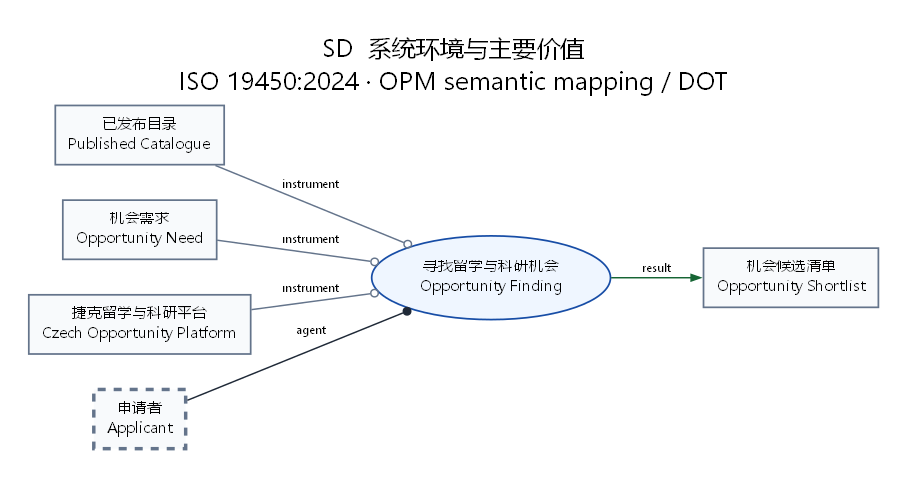
Above: opm/SD.png in witold-andelie/Czech-Uni-Application (Graphviz), before the change. Its source is kept beside it as opm/SD.dot.
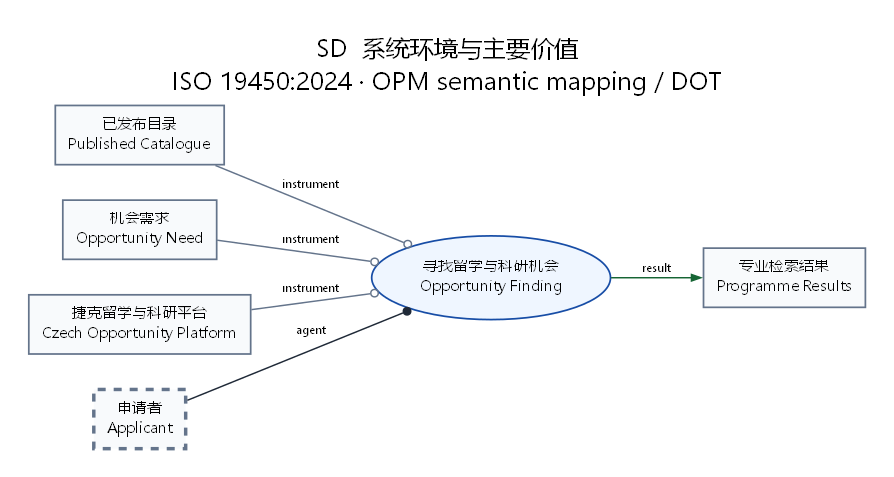
The same file after the commit.

What changed in the source:
```diff
@@ -5,12 +5,12 @@
   catalog [label="已发布目录\nPublished Catalogue", shape="box", style="filled", fillcolor="#F8FAFC", color="#64748B", opm_kind="object"];
   need [label="机会需求\nOpportunity Need", shape="box", style="filled", fillcolor="#F8FAFC", color="#64748B", opm_kind="object"];
   platform [label="捷克留学与科研平台\nCzech Opportunity Platform", shape="box", style="filled", fillcolor="#F8FAFC", color="#64748B", opm_kind="object"];
-  shortlist [label="机会候选清单\nOpportunity Shortlist", shape="box", style="filled", fillcolor="#F8FAFC", color="#64748B", opm_kind="object"];
+  results [label="专业检索结果\nProgramme Results", shape="box", style="filled", fillcolor="#F8FAFC", color="#64748B", opm_kind="object"];
   support [label="寻找留学与科研机会\nOpportunity Finding", shape="ellipse", style="filled", fillcolor="#EFF6FF", color="#174DA6", opm_kind="process"];
   user [label="申请者\nApplicant", shape="box", style="dashed,filled", fillcolor="#F8FAFC", color="#64748B", opm_kind="object", penwidth="2.6"];
   user -> support [arrowhead="dot", color="#1F2937", label="agent", opm_relation="agent"];
   platform -> support [arrowhead="odot", color="#64748B", label="instrument", opm_relation="instrument"];
   need -> support [arrowhead="odot", color="#64748B", label="instrument", opm_relation="instrument"];
   catalog -> support [arrowhead="odot", color="#64748B", label="instrument", opm_relation="instrument"];
-  support -> shortlist [arrowhead="normal", color="#166534", label="result", opm_relation="result"];
+  support -> results [arrowhead="normal", color="#166534", label="result", opm_relation="result"];
 }
```
